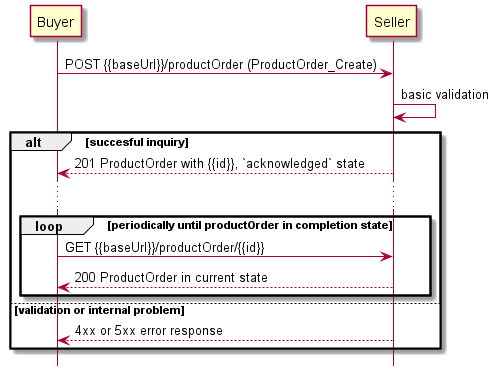
The PlantUML diagram documentation/productApi/order/media/useCase1Polling.png in MEF-GIT/MEF-LSO-Sonata-SDK, before a commit. Source of this version:
```plantuml
@startuml
hide footbox

hide footbox

participant Buyer
participant Seller


Buyer -> Seller : POST {{baseUrl}}/productOrder (ProductOrder_Create)
Seller -> Seller : basic validation

alt succesful inquiry
  Seller --> Buyer : 201 ProductOrder with {{id}}, `acknowledged` state

  ...

  loop periodically until productOrder in completion state
      Buyer -> Seller :   GET {{baseUrl}}/productOrder/{{id}}
      return 200 ProductOrder in current state
  end

else validation or internal problem
  Seller --> Buyer : 4xx or 5xx error response
end


@enduml
```
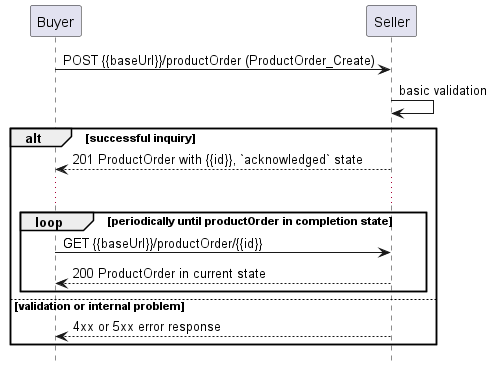
After the change.

Change to the diagram source:
```diff
@@ -1,6 +1,4 @@
 @startuml
-hide footbox
-
 hide footbox
 
 participant Buyer
@@ -10,13 +8,13 @@
 Buyer -> Seller : POST {{baseUrl}}/productOrder (ProductOrder_Create)
 Seller -> Seller : basic validation
 
-alt succesful inquiry
+alt successful inquiry
   Seller --> Buyer : 201 ProductOrder with {{id}}, `acknowledged` state
 
   ...
 
   loop periodically until productOrder in completion state
-      Buyer -> Seller :   GET {{baseUrl}}/productOrder/{{id}}
+      Buyer -> Seller : GET {{baseUrl}}/productOrder/{{id}}
       return 200 ProductOrder in current state
   end
 
```
